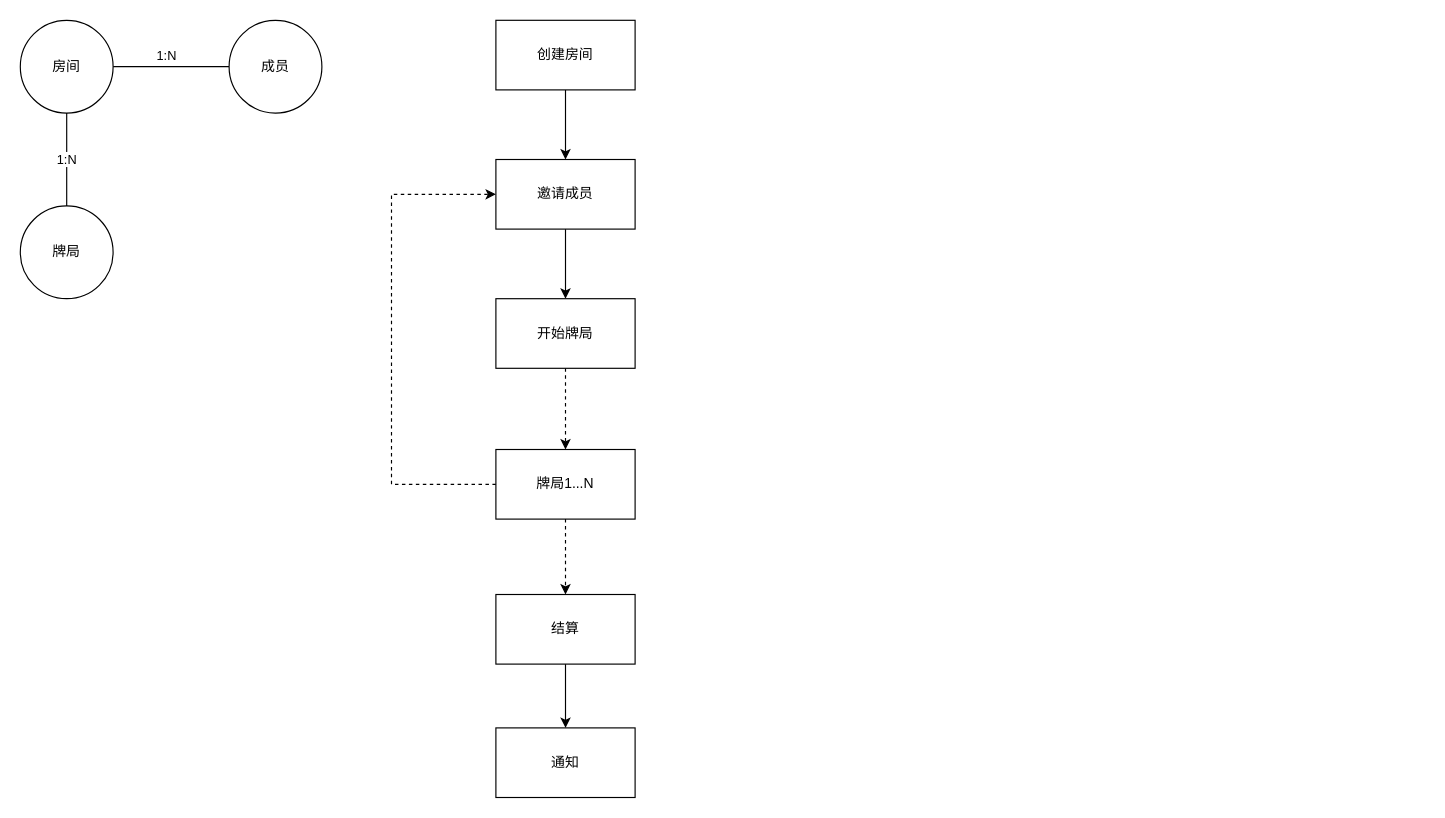
Before: Untitled Diagram.drawio in KentonYu/draw.io, a draw.io diagram. Source tidied: cells renumbered, new cells numbered last; positions are measured from the earlier drawing's top-left corner, leaving out a move shared by most shapes. Both pictures are drawn from the tidied source at 116%, with x=0, y=0 at pixel (20, 20).
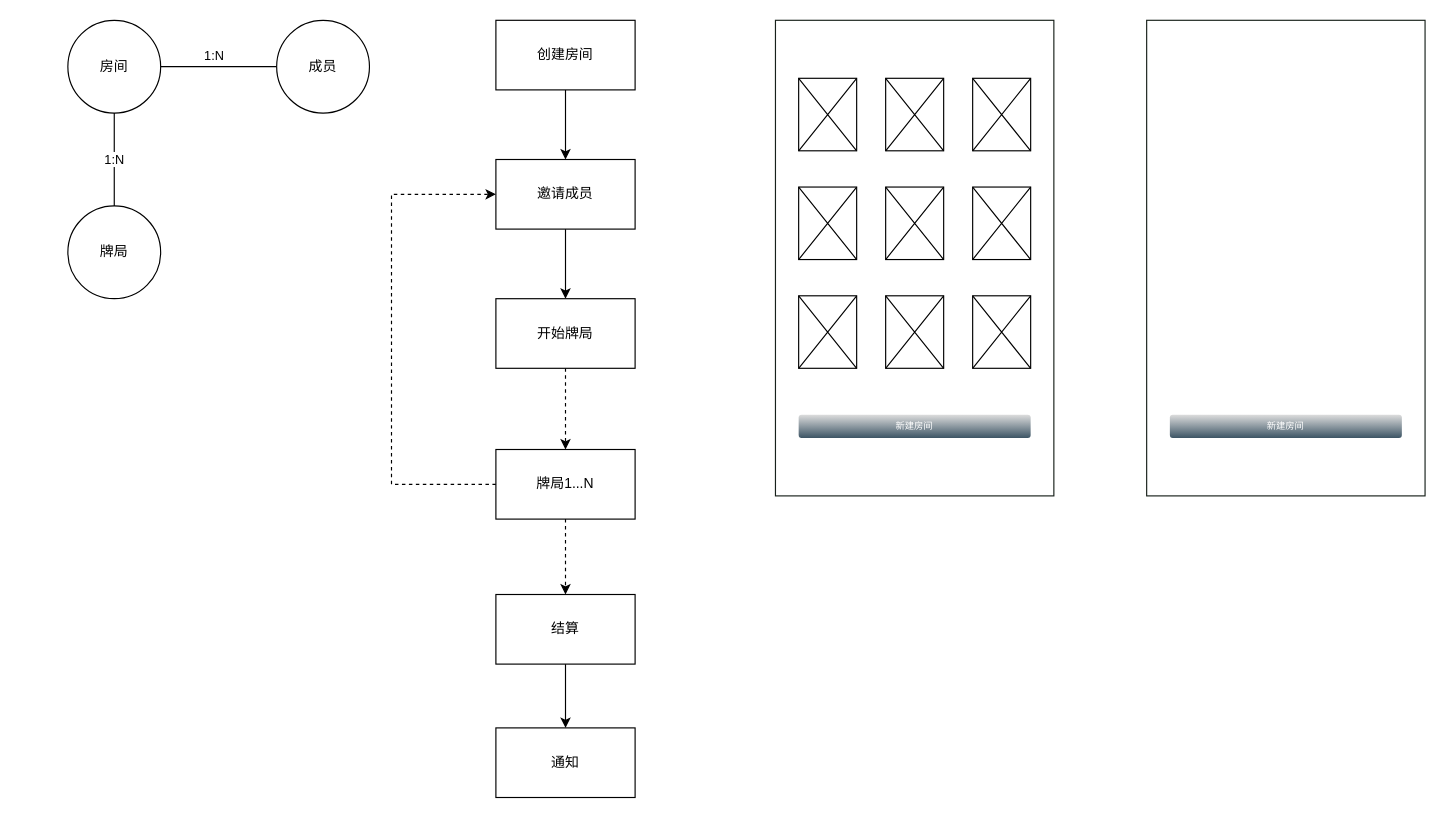
After the change.

Change to the diagram source:
```diff
@@
     <mxCell id="5" value="房间" style="ellipse;whiteSpace=wrap;html=1;" parent="1" vertex="1">
-      <mxGeometry width="80" height="80" as="geometry" />
+      <mxGeometry x="41" width="80" height="80" as="geometry" />
     </mxCell>
     <mxCell id="6" value="成员" style="ellipse;whiteSpace=wrap;html=1;" parent="1" vertex="1">
-      <mxGeometry x="180" width="80" height="80" as="geometry" />
+      <mxGeometry x="221" width="80" height="80" as="geometry" />
     </mxCell>
     <mxCell id="7" value="牌局" style="ellipse;whiteSpace=wrap;html=1;" parent="1" vertex="1">
-      <mxGeometry y="160" width="80" height="80" as="geometry" />
+      <mxGeometry x="41" y="160" width="80" height="80" as="geometry" />
     </mxCell>
@@
+    <mxCell id="20" style="verticalLabelPosition=bottom;verticalAlign=top;html=1;shadow=0;dashed=0;strokeWidth=1;shape=mxgraph.ios.iBgFlat;strokeColor=#18211b;" parent="1" vertex="1">
+      <mxGeometry x="651" width="240" height="410" as="geometry" />
+    </mxCell>
+    <mxCell id="21" style="verticalLabelPosition=bottom;verticalAlign=top;html=1;shadow=0;dashed=0;strokeWidth=1;shape=mxgraph.ios.iIconGrid;gridSize=3,3;" parent="1" vertex="1">
+      <mxGeometry x="671" y="50" width="200" height="250" as="geometry" />
+    </mxCell>
+    <mxCell id="22" value="新建房间" style="strokeWidth=1;html=1;shadow=0;dashed=0;shape=mxgraph.ios.iButton;strokeColor=#444444;fontColor=#ffffff;buttonText=;fontSize=8;fillColor=#dddddd;fillColor2=#3D5565;whiteSpace=wrap;align=center;sketch=0;" parent="1" vertex="1">
+      <mxGeometry x="671" y="340" width="200" height="20" as="geometry" />
+    </mxCell>
+    <mxCell id="23" style="verticalLabelPosition=bottom;verticalAlign=top;html=1;shadow=0;dashed=0;strokeWidth=1;shape=mxgraph.ios.iBgFlat;strokeColor=#18211b;" parent="1" vertex="1">
+      <mxGeometry x="971" width="240" height="410" as="geometry" />
+    </mxCell>
+    <mxCell id="24" value="新建房间" style="strokeWidth=1;html=1;shadow=0;dashed=0;shape=mxgraph.ios.iButton;strokeColor=#444444;fontColor=#ffffff;buttonText=;fontSize=8;fillColor=#dddddd;fillColor2=#3D5565;whiteSpace=wrap;align=center;sketch=0;" parent="1" vertex="1">
+      <mxGeometry x="991" y="340" width="200" height="20" as="geometry" />
+    </mxCell>
```
